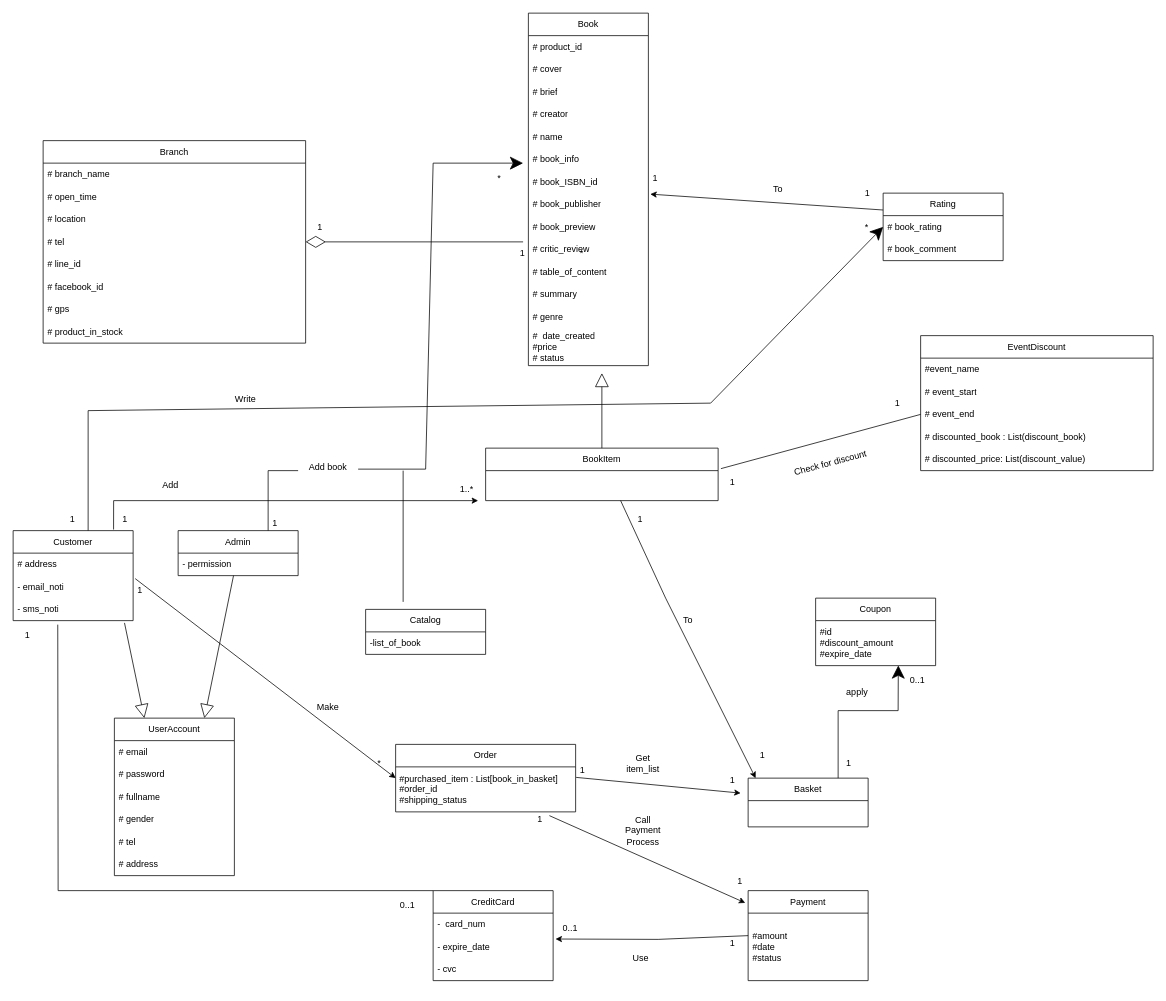
Above: Class Diagram/Class_diagram.drawio in Misterpetchz/Object_Oriented_Project (draw.io), before the change. Source tidied: cells renumbered, new cells numbered last; positions are measured from the earlier drawing's top-left corner, leaving out a move shared by most shapes. Both pictures are drawn from the tidied source at 75%, with x=0, y=0 at pixel (13, 13).
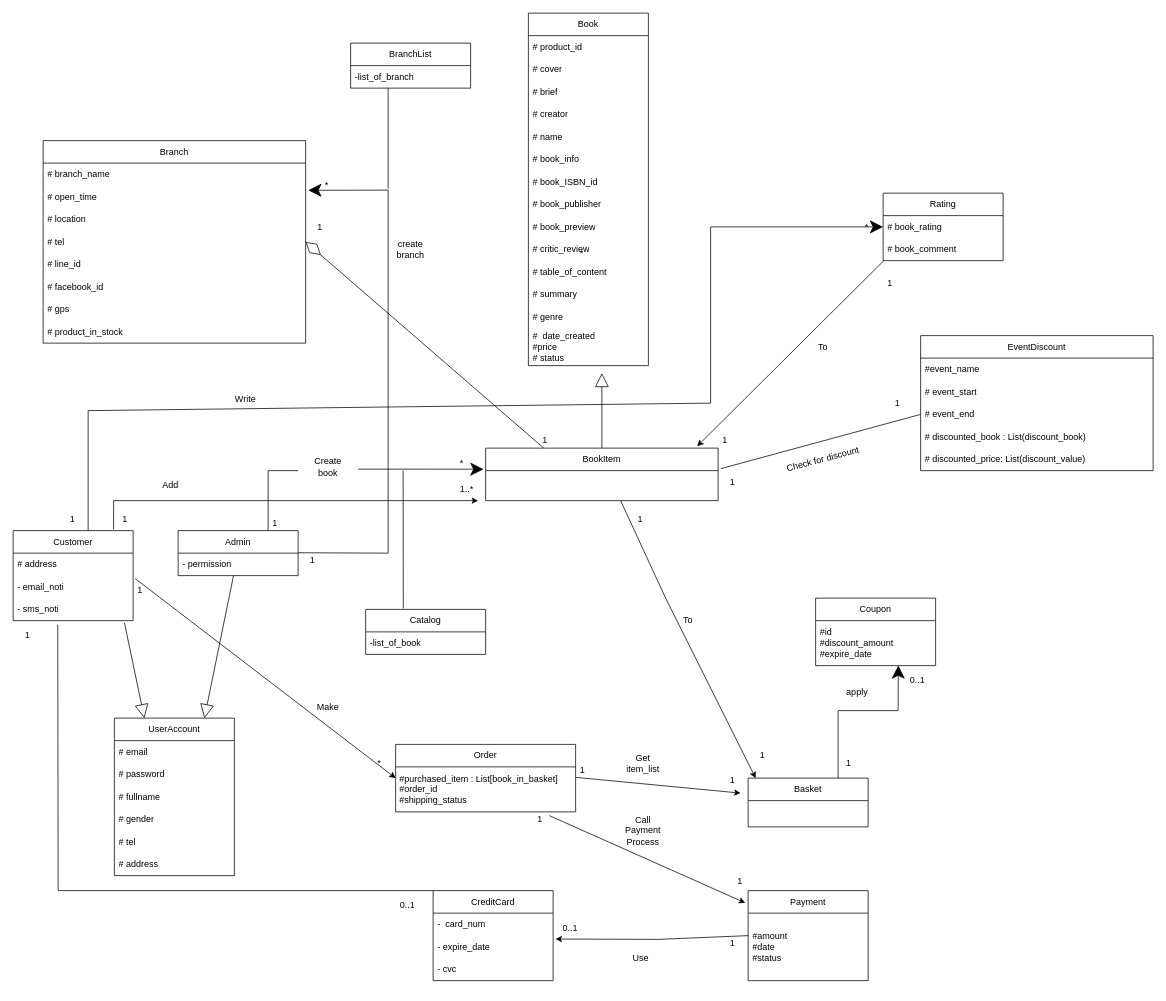
The same page after the edit.

Commit message (it also covers changes not shown here):
<doc^> rename search_book to add_book_to_basket and change class diagram

The change refers to these unchanged cells:
```xml
<mxCell id="19" value="# book_publisher" style="text;strokeColor=none;fillColor=none;align=left;verticalAlign=middle;spacingLeft=4;spacingRight=4;overflow=hidden;points=[[0,0.5],[1,0.5]];portConstraint=eastwest;whiteSpace=wrap;html=1;" parent="11" vertex="1">
  <mxGeometry y="240" width="160" height="30" as="geometry" />
</mxCell>
<mxCell id="21" value="# critic_review" style="text;strokeColor=none;fillColor=none;align=left;verticalAlign=middle;spacingLeft=4;spacingRight=4;overflow=hidden;points=[[0,0.5],[1,0.5]];portConstraint=eastwest;whiteSpace=wrap;html=1;" parent="11" vertex="1">
  <mxGeometry y="300" width="160" height="30" as="geometry" />
</mxCell>
<mxCell id="26" value="Rating" style="swimlane;fontStyle=0;horizontal=1;startSize=30;whiteSpace=wrap;html=1;" parent="1" vertex="1">
  <mxGeometry x="1160" y="240" width="160" height="90" as="geometry" />
</mxCell>
<mxCell id="27" value="# book_rating" style="text;strokeColor=none;fillColor=none;align=left;verticalAlign=middle;spacingLeft=4;spacingRight=4;overflow=hidden;points=[[0,0.5],[1,0.5]];portConstraint=eastwest;whiteSpace=wrap;html=1;" parent="26" vertex="1">
  <mxGeometry y="30" width="160" height="30" as="geometry" />
</mxCell>
<mxCell id="28" value="# book_comment" style="text;strokeColor=none;fillColor=none;align=left;verticalAlign=middle;spacingLeft=4;spacingRight=4;overflow=hidden;points=[[0,0.5],[1,0.5]];portConstraint=eastwest;whiteSpace=wrap;html=1;" parent="26" vertex="1">
  <mxGeometry y="60" width="160" height="30" as="geometry" />
</mxCell>
<mxCell id="37" value="# open_time" style="text;strokeColor=none;fillColor=none;align=left;verticalAlign=middle;spacingLeft=4;spacingRight=4;overflow=hidden;points=[[0,0.5],[1,0.5]];portConstraint=eastwest;whiteSpace=wrap;html=1;" parent="35" vertex="1">
  <mxGeometry y="60" width="350" height="30" as="geometry" />
</mxCell>
<mxCell id="39" value="# tel" style="text;strokeColor=none;fillColor=none;align=left;verticalAlign=middle;spacingLeft=4;spacingRight=4;overflow=hidden;points=[[0,0.5],[1,0.5]];portConstraint=eastwest;whiteSpace=wrap;html=1;" parent="35" vertex="1">
  <mxGeometry y="120" width="350" height="30" as="geometry" />
</mxCell>
<mxCell id="45" value="Customer" style="swimlane;fontStyle=0;horizontal=1;startSize=30;whiteSpace=wrap;html=1;" parent="1" vertex="1">
  <mxGeometry y="690" width="160" height="120" as="geometry" />
</mxCell>
<mxCell id="71" value="Catalog" style="swimlane;fontStyle=0;horizontal=1;startSize=30;whiteSpace=wrap;html=1;" parent="1" vertex="1">
  <mxGeometry x="470" y="795" width="160" height="60" as="geometry" />
</mxCell>
<mxCell id="94" value="BookItem" style="swimlane;fontStyle=0;horizontal=1;startSize=30;whiteSpace=wrap;html=1;" parent="1" vertex="1">
  <mxGeometry x="630" y="580" width="310" height="70" as="geometry" />
</mxCell>
```

What changed in the source:
```diff
@@
-    <mxCell id="52" style="endArrow=classic;html=1;rounded=0;strokeColor=#000000;endSize=15;startArrow=none;" parent="1" edge="1">
+    <mxCell id="52" style="endArrow=classic;html=1;rounded=0;strokeColor=#000000;endSize=15;startArrow=none;entryX=-0.009;entryY=0.402;entryDx=0;entryDy=0;entryPerimeter=0;" parent="1" edge="1" target="94">
       <mxGeometry relative="1" as="geometry">
         <mxPoint x="460" y="608" as="sourcePoint" />
-        <mxPoint x="680" y="200" as="targetPoint" />
         <Array as="points">
           <mxPoint x="550" y="608" />
-          <mxPoint x="560" y="200" />
         </Array>
       </mxGeometry>
     </mxCell>
@@
-    <mxCell id="58" value="Add book" style="text;strokeColor=none;align=center;fillColor=none;html=1;verticalAlign=middle;whiteSpace=wrap;rounded=0;rotation=0;" parent="1" vertex="1">
+    <mxCell id="58" value="Create book" style="text;strokeColor=none;align=center;fillColor=none;html=1;verticalAlign=middle;whiteSpace=wrap;rounded=0;rotation=0;" parent="1" vertex="1">
       <mxGeometry x="390" y="590" width="60" height="30" as="geometry" />
     </mxCell>
@@
     <mxCell id="63" value="1" style="text;strokeColor=none;fillColor=none;align=left;verticalAlign=middle;spacingLeft=4;spacingRight=4;overflow=hidden;whiteSpace=wrap;html=1;" parent="1" vertex="1">
-      <mxGeometry x="670" y="310" width="40" height="20" as="geometry" />
+      <mxGeometry x="700" y="560" width="40" height="20" as="geometry" />
     </mxCell>
@@
-    <mxCell id="73" style="endArrow=none;html=1;rounded=0;strokeColor=#000000;endSize=15;" parent="1" edge="1">
+    <mxCell id="73" style="endArrow=none;html=1;rounded=0;strokeColor=#000000;endSize=15;exitX=0.314;exitY=-0.021;exitDx=0;exitDy=0;exitPerimeter=0;" parent="1" edge="1" source="71">
       <mxGeometry relative="1" as="geometry">
-        <mxPoint x="520" y="785" as="sourcePoint" />
         <mxPoint x="520" y="610" as="targetPoint" />
       </mxGeometry>
     </mxCell>
@@
     <mxCell id="75" style="endArrow=classic;html=1;rounded=0;strokeColor=#000000;endSize=15;entryX=0;entryY=0.5;entryDx=0;entryDy=0;exitX=0.625;exitY=0;exitDx=0;exitDy=0;exitPerimeter=0;" parent="1" edge="1" source="45" target="27">
       <mxGeometry relative="1" as="geometry">
         <Array as="points">
           <mxPoint x="100" y="530" />
           <mxPoint x="930" y="520" />
+          <mxPoint x="930" y="285" />
         </Array>
       </mxGeometry>
     </mxCell>
-    <mxCell id="76" style="endArrow=diamondThin;endFill=0;endSize=24;html=1;rounded=0;strokeColor=#000000;entryX=1;entryY=0.5;entryDx=0;entryDy=0;exitX=-0.044;exitY=0.167;exitDx=0;exitDy=0;exitPerimeter=0;" parent="1" edge="1" source="21" target="39">
+    <mxCell id="76" style="endArrow=diamondThin;endFill=0;endSize=24;html=1;rounded=0;strokeColor=#000000;entryX=1;entryY=0.5;entryDx=0;entryDy=0;exitX=0.25;exitY=0;exitDx=0;exitDy=0;" parent="1" edge="1" source="94" target="39">
       <mxGeometry relative="1" as="geometry" />
     </mxCell>
@@
     <mxCell id="90" value="Check for discount" style="text;html=1;strokeColor=none;fillColor=none;align=center;verticalAlign=middle;whiteSpace=wrap;rounded=0;rotation=-15;" parent="1" vertex="1">
-      <mxGeometry x="1020" y="585" width="140" height="30" as="geometry" />
+      <mxGeometry x="1010" y="580" width="140" height="30" as="geometry" />
     </mxCell>
@@
     <mxCell id="92" value="*" style="text;strokeColor=none;fillColor=none;align=left;verticalAlign=middle;spacingLeft=4;spacingRight=4;overflow=hidden;whiteSpace=wrap;html=1;" parent="1" vertex="1">
-      <mxGeometry x="640" y="210" width="20" height="20" as="geometry" />
+      <mxGeometry x="590" y="590" width="20" height="20" as="geometry" />
     </mxCell>
@@
-    <mxCell id="111" style="endArrow=classic;html=1;rounded=0;exitX=0;exitY=0.25;exitDx=0;exitDy=0;entryX=1.016;entryY=0.045;entryDx=0;entryDy=0;entryPerimeter=0;" parent="1" edge="1" source="26" target="19">
+    <mxCell id="111" style="endArrow=classic;html=1;rounded=0;exitX=0.006;exitY=1;exitDx=0;exitDy=0;entryX=0.91;entryY=-0.036;entryDx=0;entryDy=0;entryPerimeter=0;exitPerimeter=0;" parent="1" edge="1" source="28" target="94">
       <mxGeometry relative="1" as="geometry" />
     </mxCell>
@@
     <mxCell id="115" value="To" style="text;html=1;strokeColor=none;fillColor=none;align=center;verticalAlign=middle;whiteSpace=wrap;rounded=0;rotation=0;" parent="1" vertex="1">
-      <mxGeometry x="950" y="220" width="140" height="30" as="geometry" />
+      <mxGeometry x="1010" y="430" width="140" height="30" as="geometry" />
     </mxCell>
     <mxCell id="116" value="1" style="text;strokeColor=none;fillColor=none;align=left;verticalAlign=middle;spacingLeft=4;spacingRight=4;overflow=hidden;whiteSpace=wrap;html=1;" parent="1" vertex="1">
-      <mxGeometry x="1130" y="230" width="40" height="20" as="geometry" />
+      <mxGeometry x="1160" y="350" width="40" height="20" as="geometry" />
     </mxCell>
     <mxCell id="117" value="1" style="text;strokeColor=none;fillColor=none;align=left;verticalAlign=middle;spacingLeft=4;spacingRight=4;overflow=hidden;whiteSpace=wrap;html=1;" parent="1" vertex="1">
-      <mxGeometry x="847" y="210" width="40" height="20" as="geometry" />
+      <mxGeometry x="940" y="560" width="40" height="20" as="geometry" />
     </mxCell>
@@
+    <mxCell id="119" value="BranchList" style="swimlane;fontStyle=0;horizontal=1;startSize=30;whiteSpace=wrap;html=1;" parent="1" vertex="1">
+      <mxGeometry x="450" y="40" width="160" height="60" as="geometry" />
+    </mxCell>
+    <mxCell id="120" value="-list_of_branch" style="text;strokeColor=none;fillColor=none;align=left;verticalAlign=middle;spacingLeft=4;spacingRight=4;overflow=hidden;whiteSpace=wrap;html=1;" parent="119" vertex="1">
+      <mxGeometry y="30" width="160" height="30" as="geometry" />
+    </mxCell>
+    <mxCell id="121" value="1" style="text;strokeColor=none;fillColor=none;align=left;verticalAlign=middle;spacingLeft=4;spacingRight=4;overflow=hidden;whiteSpace=wrap;html=1;" parent="1" vertex="1">
+      <mxGeometry x="390" y="720" width="40" height="20" as="geometry" />
+    </mxCell>
+    <mxCell id="122" value="*" style="text;strokeColor=none;fillColor=none;align=left;verticalAlign=middle;spacingLeft=4;spacingRight=4;overflow=hidden;whiteSpace=wrap;html=1;" parent="1" vertex="1">
+      <mxGeometry x="410" y="220" width="40" height="20" as="geometry" />
+    </mxCell>
+    <mxCell id="123" style="endArrow=classic;html=1;rounded=0;strokeColor=#000000;endSize=15;startArrow=none;entryX=1.01;entryY=0.208;entryDx=0;entryDy=0;entryPerimeter=0;" parent="1" edge="1" target="37">
+      <mxGeometry relative="1" as="geometry">
+        <mxPoint x="380" y="719.5" as="sourcePoint" />
+        <Array as="points">
+          <mxPoint x="500" y="720" />
+          <mxPoint x="500" y="236" />
+        </Array>
+      </mxGeometry>
+    </mxCell>
+    <mxCell id="124" value="create&lt;br&gt;branch" style="text;strokeColor=none;align=center;fillColor=none;html=1;verticalAlign=middle;whiteSpace=wrap;rounded=0;rotation=0;" parent="1" vertex="1">
+      <mxGeometry x="500" y="300" width="60" height="30" as="geometry" />
+    </mxCell>
+    <mxCell id="125" style="endArrow=none;html=1;rounded=0;strokeColor=#000000;endSize=15;exitX=0.314;exitY=-0.021;exitDx=0;exitDy=0;exitPerimeter=0;" parent="1" edge="1">
+      <mxGeometry relative="1" as="geometry">
+        <mxPoint x="500" y="234" as="sourcePoint" />
+        <mxPoint x="500" y="100" as="targetPoint" />
+      </mxGeometry>
+    </mxCell>
```
